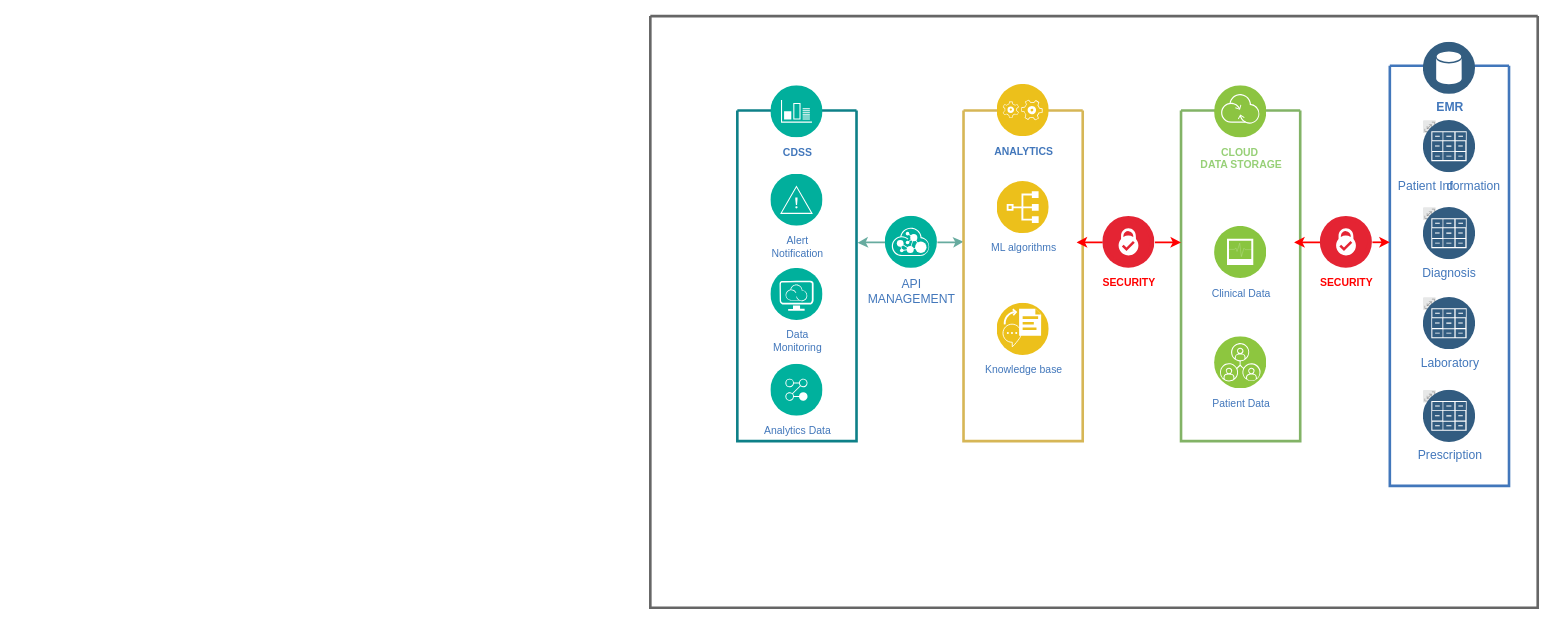
menomik1011/testowl keeps this draw.io diagram as 제목 없는 다이어그램.drawio. Above is the earlier version. Source tidied: cells renumbered, new cells numbered last; positions are measured from the earlier drawing's top-left corner, leaving out a move shared by most shapes. Both pictures are drawn from the tidied source at 87%, with x=0, y=0 at pixel (650, 16).
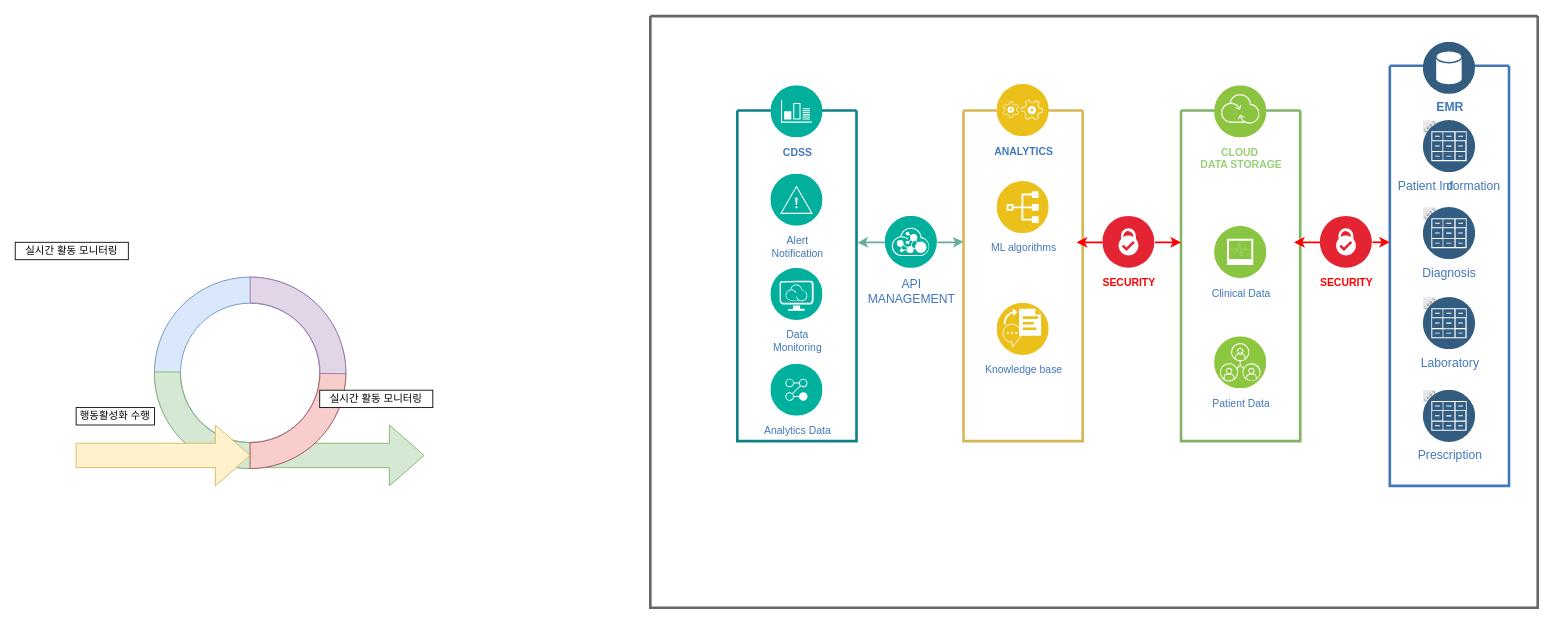
After the change.

Commit message:
제목 없는 다이어그램.drawio 업데이트

What changed in the source:
```diff
@@
+    <mxCell id="39" style="html=1;shadow=0;dashed=0;align=center;verticalAlign=middle;shape=mxgraph.arrows2.arrow;dy=0.6;dx=40;notch=0;fillColor=#d5e8d4;strokeColor=#82b366;" parent="1" vertex="1">
+      <mxGeometry x="-460" y="470" width="200" height="70" as="geometry" />
+    </mxCell>
+    <mxCell id="40" style="verticalLabelPosition=bottom;verticalAlign=top;html=1;shape=mxgraph.basic.donut;dx=30;fillColor=#dae8fc;strokeColor=#6c8ebf;fillOpacity=100;" parent="1" vertex="1">
+      <mxGeometry x="-570" y="300" width="220" height="220" as="geometry" />
+    </mxCell>
@@
+    <mxCell id="41" style="verticalLabelPosition=bottom;verticalAlign=top;html=1;shape=mxgraph.basic.partConcEllipse;startAngle=0.25;endAngle=0.5015914963824541;arcWidth=0.27;direction=south;strokeOpacity=100;fillColor=#d5e8d4;strokeColor=#82b366;" parent="1" vertex="1">
+      <mxGeometry x="-570" y="300" width="220" height="220" as="geometry" />
+    </mxCell>
+    <mxCell id="42" style="html=1;shadow=0;dashed=0;align=center;verticalAlign=middle;shape=mxgraph.arrows2.arrow;dy=0.6;dx=40;notch=0;fillColor=#fff2cc;strokeColor=#d6b656;" parent="1" vertex="1">
+      <mxGeometry x="-660" y="470" width="200" height="70" as="geometry" />
+    </mxCell>
+    <mxCell id="43" style="verticalLabelPosition=bottom;verticalAlign=top;html=1;shape=mxgraph.basic.partConcEllipse;startAngle=0.25;endAngle=0.5015914963824541;arcWidth=0.27;direction=south;strokeOpacity=100;fillColor=#f8cecc;strokeColor=#b85450;flipH=1;" parent="1" vertex="1">
+      <mxGeometry x="-570" y="300" width="220" height="220" as="geometry" />
+    </mxCell>
+    <mxCell id="44" value="행동활성화 수행" style="rounded=0;whiteSpace=wrap;html=1;" parent="1" vertex="1">
+      <mxGeometry x="-660" y="450" width="90" height="20" as="geometry" />
+    </mxCell>
+    <mxCell id="45" value="실시간 활동 모니터링" style="rounded=0;whiteSpace=wrap;html=1;" parent="1" vertex="1">
+      <mxGeometry x="-380" y="430" width="130" height="20" as="geometry" />
+    </mxCell>
+    <mxCell id="46" value="실시간 활동 모니터링" style="rounded=0;whiteSpace=wrap;html=1;" parent="1" vertex="1">
+      <mxGeometry x="-730" y="260" width="130" height="20" as="geometry" />
+    </mxCell>
+    <mxCell id="47" style="verticalLabelPosition=bottom;verticalAlign=top;html=1;shape=mxgraph.basic.partConcEllipse;startAngle=0.25;endAngle=0.5015914963824541;arcWidth=0.27;direction=south;strokeOpacity=100;fillColor=#e1d5e7;strokeColor=#9673a6;flipH=1;flipV=1;" parent="1" vertex="1">
+      <mxGeometry x="-570" y="300" width="220" height="220" as="geometry" />
+    </mxCell>
```
